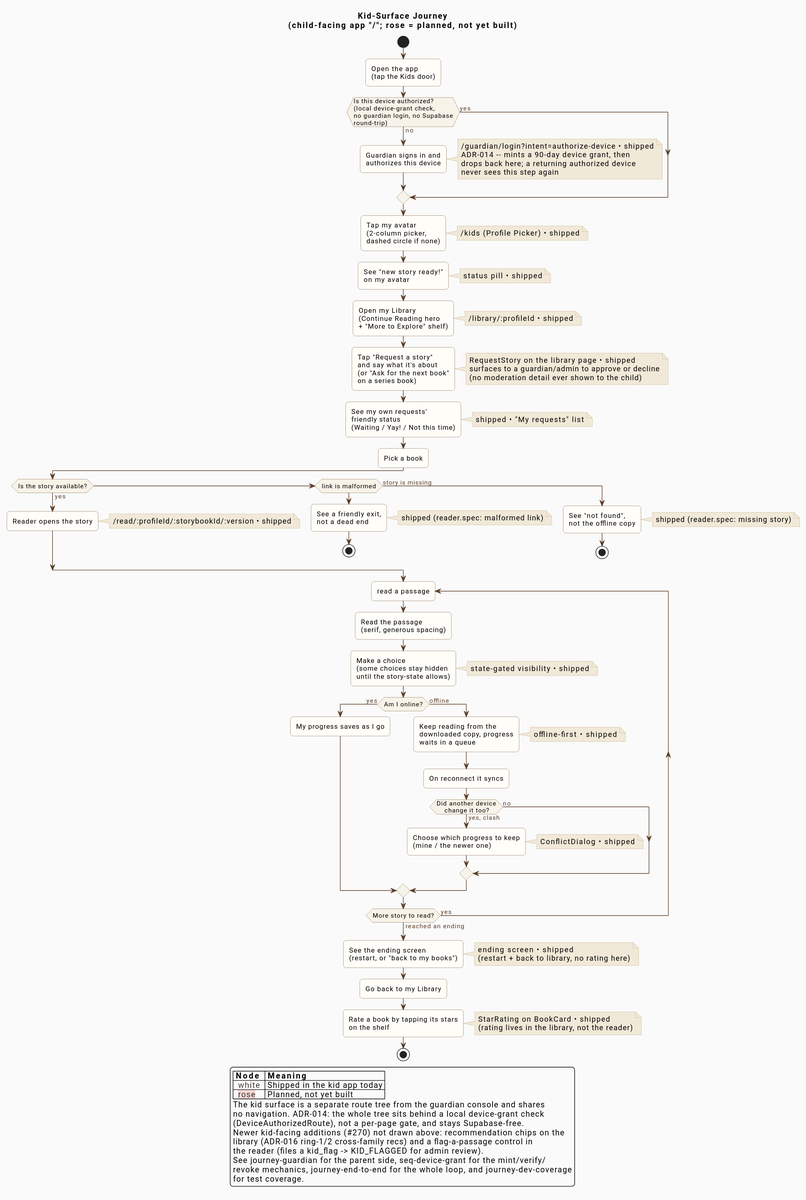
ByronWilliamsCPA/cyo-adventure keeps this PlantUML diagram as docs/architecture/diagrams/journey-kid.svg. Above is the earlier version.
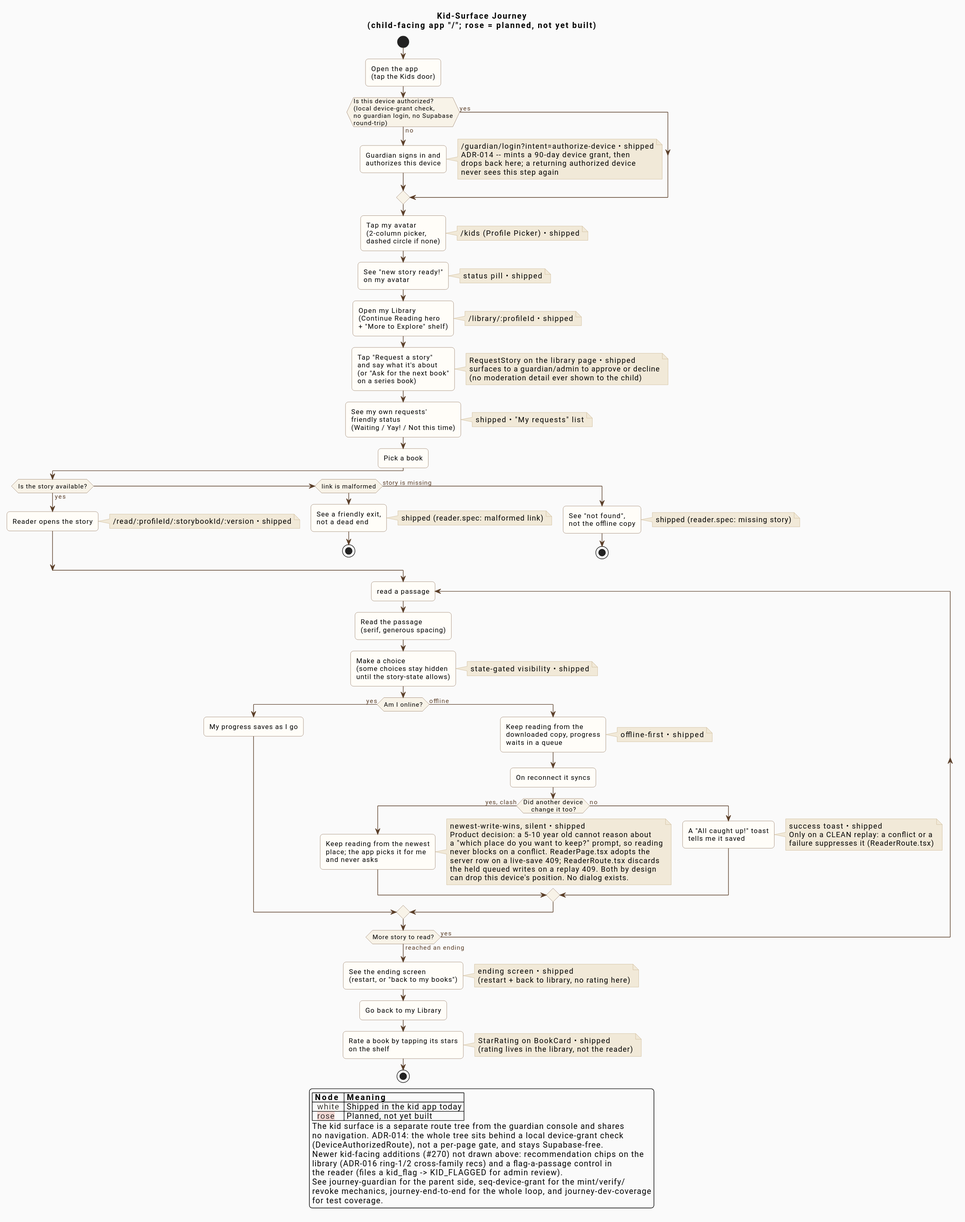
After the change.

What changed in the source:
```diff
@@ -83,10 +83,14 @@
     :On reconnect it syncs;
     if (Did another device
     change it too?) then (yes, clash)
-      :Choose which progress to keep
-      (mine / the newer one);
-      note right: ConflictDialog  •  shipped
+      :Keep reading from the newest
+      place; the app picks it for me
+      and never asks;
+      note right: newest-write-wins, silent  •  shipped\nProduct decision: a 5-10 year old cannot reason about\na "which place do you want to keep?" prompt, so reading\nnever blocks on a conflict. ReaderPage.tsx adopts the\nserver row on a live-save 409; ReaderRoute.tsx discards\nthe held queued writes on a replay 409. Both by design\ncan drop this device's position. No dialog exists.
     else (no)
+      :A "All caught up!" toast
+      tells me it saved;
+      note right: success toast  •  shipped\nOnly on a CLEAN replay: a conflict or a\nfailure suppresses it (ReaderRoute.tsx)
     endif
   endif
 repeat while (More story to read?) is (yes) not (reached an ending)
```
